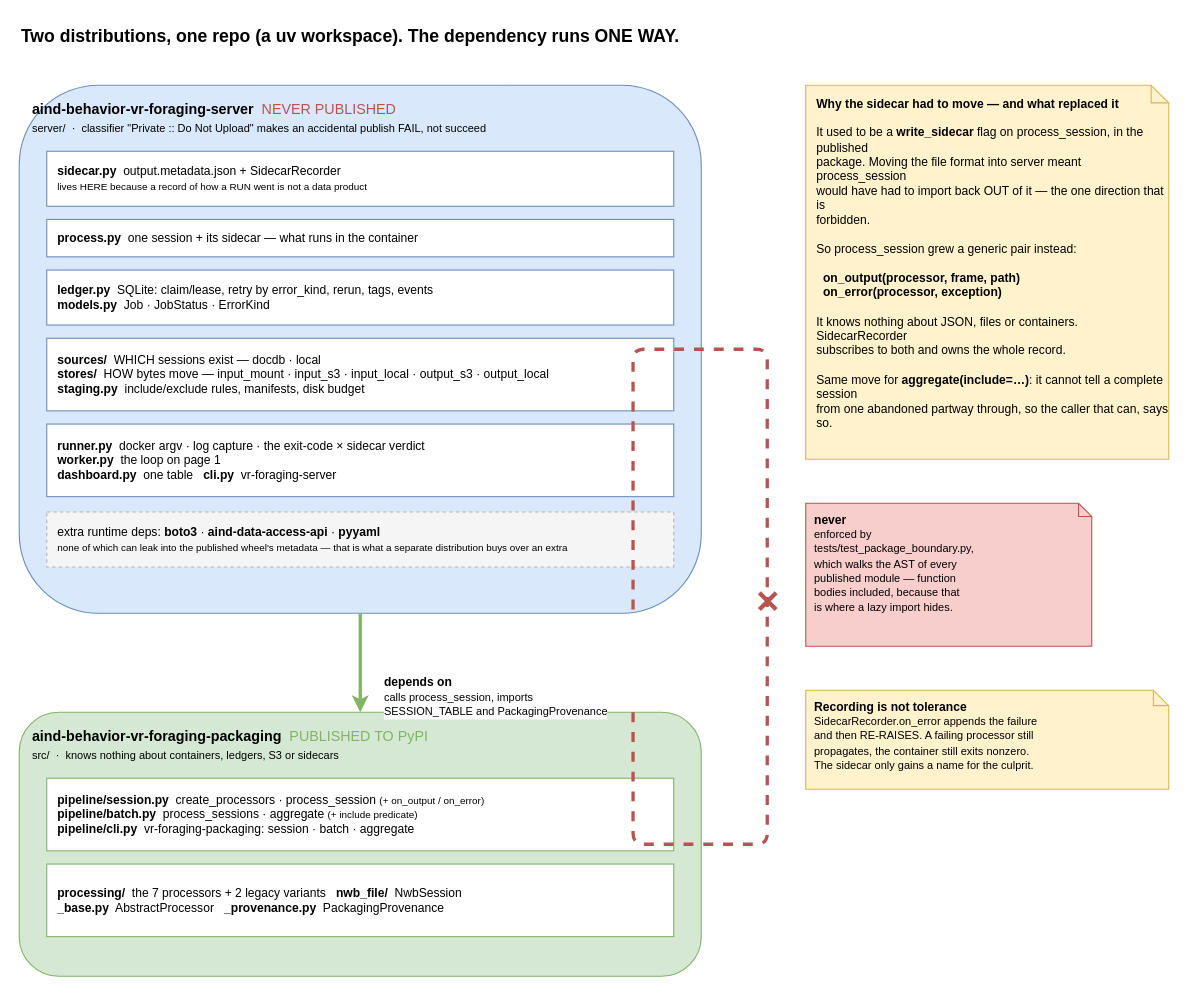
The draw.io diagram page "2 · Packages" (2 of 3) of docs/diagrams/server.drawio in AllenNeuralDynamics/Aind.Behavior.VrForaging.Packaging, before the edit. Source tidied: cells renumbered, new cells numbered last; positions are measured from the earlier drawing's top-left corner, leaving out a move shared by most shapes. Both pictures are drawn from the tidied source at 110%, with x=0, y=0 at pixel (19, 19).
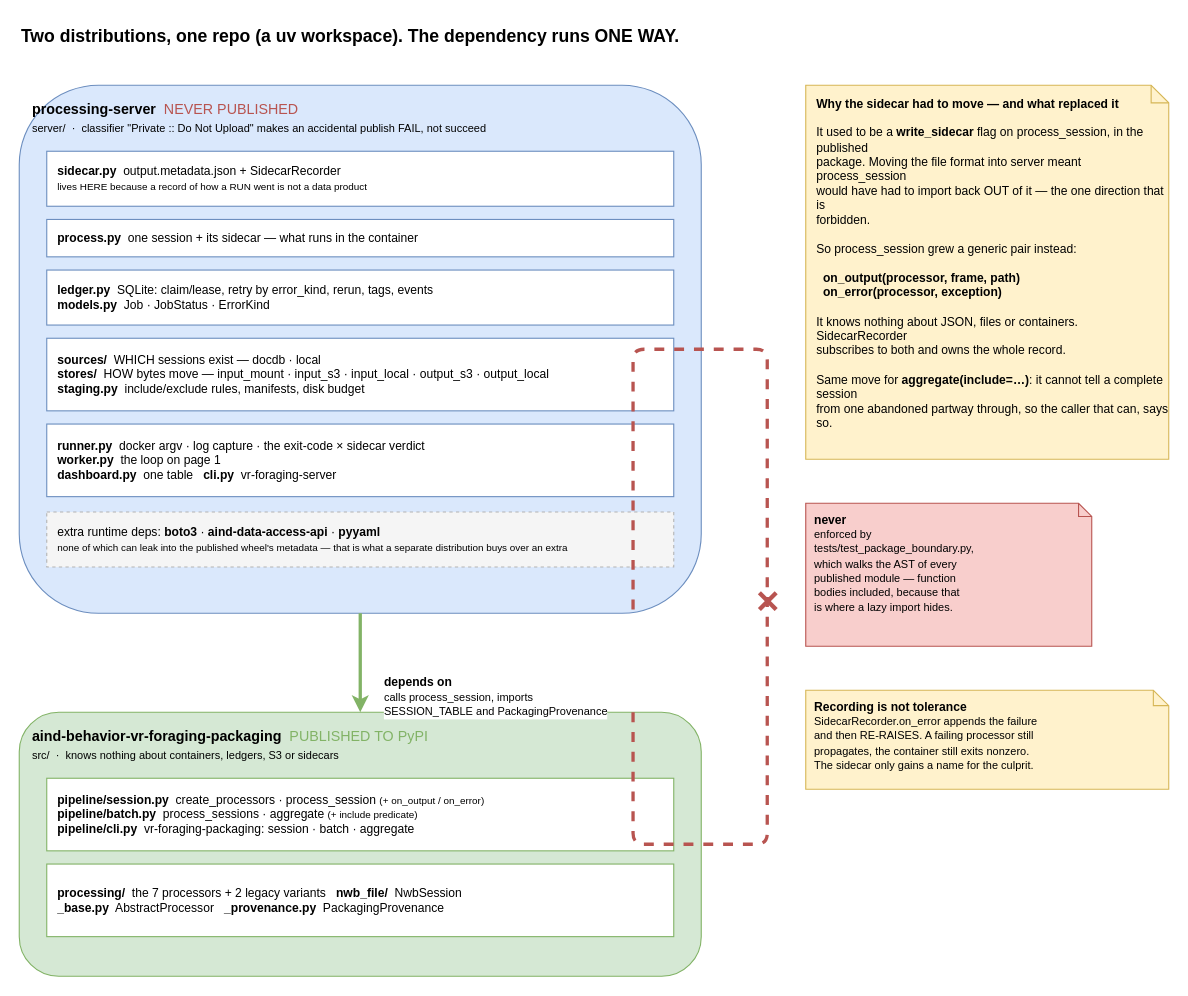
After the change.

Diff of the diagram source:
```diff
@@
-    <mxCell id="3" value="&lt;b&gt;aind-behavior-vr-foraging-server&lt;/b&gt;&amp;nbsp;&amp;nbsp;&lt;font color=&quot;#B85450&quot;&gt;NEVER PUBLISHED&lt;/font&gt;&lt;br&gt;&lt;font style=&quot;font-size:10px&quot;&gt;server/&amp;nbsp; ·&amp;nbsp; classifier &quot;Private :: Do Not Upload&quot; makes an accidental publish FAIL, not succeed&lt;/font&gt;" style="rounded=1;whiteSpace=wrap;html=1;fillColor=#dae8fc;strokeColor=#6c8ebf;verticalAlign=top;align=left;spacingLeft=10;spacingTop=8;fontSize=13;" parent="1" vertex="1">
+    <mxCell id="3" value="&lt;b&gt;processing-server&lt;/b&gt;&amp;nbsp;&amp;nbsp;&lt;font color=&quot;#B85450&quot;&gt;NEVER PUBLISHED&lt;/font&gt;&lt;br&gt;&lt;font style=&quot;font-size:10px&quot;&gt;server/&amp;nbsp; ·&amp;nbsp; classifier &quot;Private :: Do Not Upload&quot; makes an accidental publish FAIL, not succeed&lt;/font&gt;" style="rounded=1;whiteSpace=wrap;html=1;fillColor=#dae8fc;strokeColor=#6c8ebf;verticalAlign=top;align=left;spacingLeft=10;spacingTop=8;fontSize=13;" parent="1" vertex="1">
       <mxGeometry y="60" width="620" height="480" as="geometry" />
     </mxCell>
```
